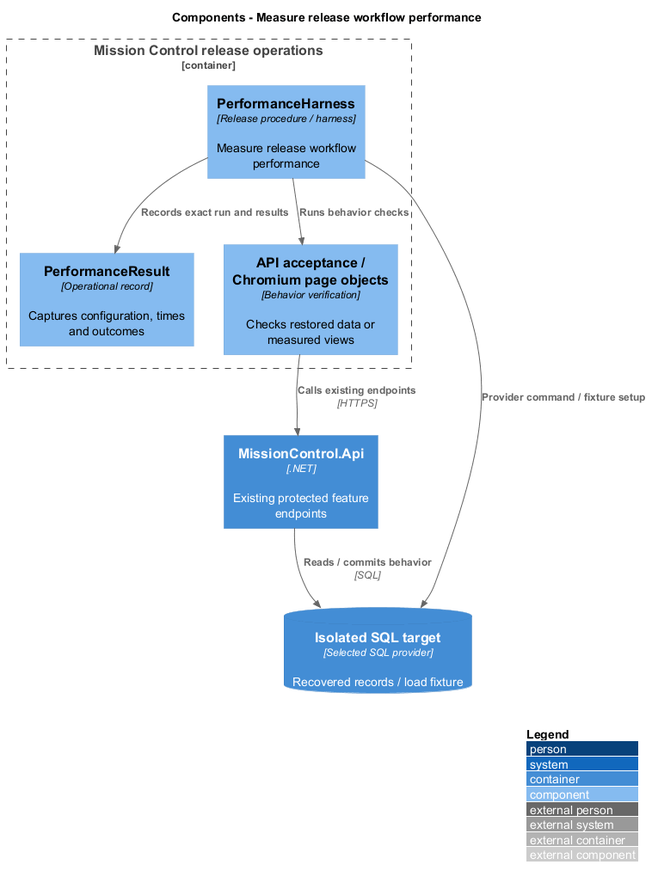
Above: docs/detailed-designs/operations/measure-release-performance/diagrams/c4-component.png in QuinntyneBrown/mission-control (PlantUML), before the change.
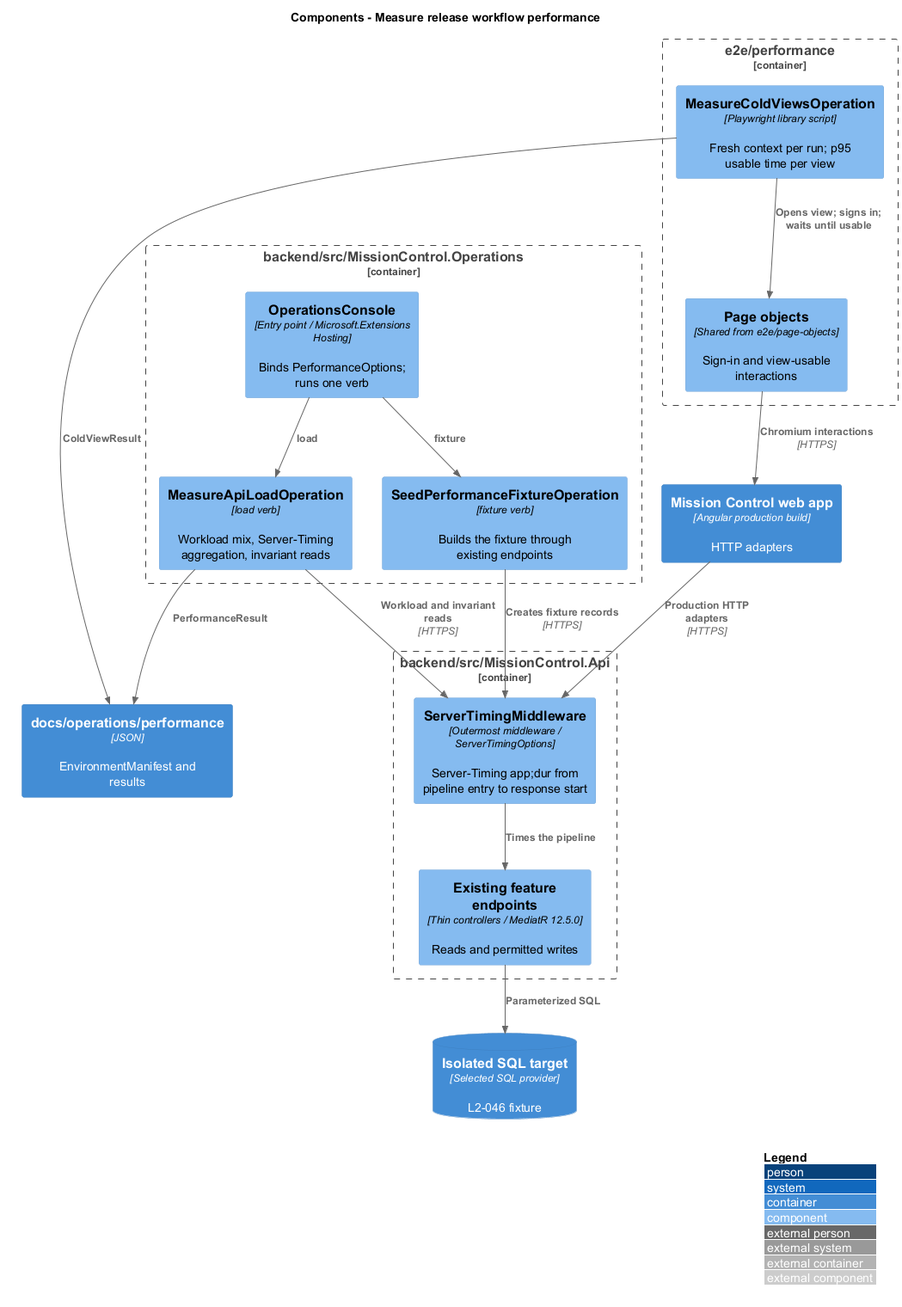
After the commit.

Change to the diagram source:
```diff
@@ -2,16 +2,31 @@
 !include <C4/C4_Component>
 LAYOUT_WITH_LEGEND()
 title Components - Measure release workflow performance
-Container_Boundary(release, "Mission Control release operations") {
-  Component(procedure, "PerformanceHarness", "Release procedure / harness", "Measure release workflow performance")
-  Component(manifest, "PerformanceResult", "Operational record", "Captures configuration, times and outcomes")
-  Component(verification, "API acceptance / Chromium page objects", "Behavior verification", "Checks restored data or measured views")
+Container_Boundary(ops, "backend/src/MissionControl.Operations") {
+  Component(console, "OperationsConsole", "Entry point / Microsoft.Extensions Hosting", "Binds PerformanceOptions; runs one verb")
+  Component(fixture, "SeedPerformanceFixtureOperation", "fixture verb", "Builds the fixture through existing endpoints")
+  Component(load, "MeasureApiLoadOperation", "load verb", "Workload mix, Server-Timing aggregation, invariant reads")
 }
-Container(api, "MissionControl.Api", ".NET", "Existing protected feature endpoints")
-ContainerDb(db, "Isolated SQL target", "Selected SQL provider", "Recovered records / load fixture")
-Rel(procedure, manifest, "Records exact run and results")
-Rel(procedure, db, "Provider command / fixture setup")
-Rel(procedure, verification, "Runs behavior checks")
-Rel(verification, api, "Calls existing endpoints", "HTTPS")
-Rel(api, db, "Reads / commits behavior", "SQL")
+Container_Boundary(e2e, "e2e/performance") {
+  Component(cold, "MeasureColdViewsOperation", "Playwright library script", "Fresh context per run; p95 usable time per view")
+  Component(po, "Page objects", "Shared from e2e/page-objects", "Sign-in and view-usable interactions")
+}
+Container_Boundary(apiBoundary, "backend/src/MissionControl.Api") {
+  Component(timing, "ServerTimingMiddleware", "Outermost middleware / ServerTimingOptions", "Server-Timing app;dur from pipeline entry to response start")
+  Component(endpoints, "Existing feature endpoints", "Thin controllers / MediatR 12.5.0", "Reads and permitted writes")
+}
+Container(web, "Mission Control web app", "Angular production build", "HTTP adapters")
+ContainerDb(db, "Isolated SQL target", "Selected SQL provider", "L2-046 fixture")
+Container(records, "docs/operations/performance", "JSON", "EnvironmentManifest and results")
+Rel(console, fixture, "fixture")
+Rel(console, load, "load")
+Rel(fixture, timing, "Creates fixture records", "HTTPS")
+Rel(load, timing, "Workload and invariant reads", "HTTPS")
+Rel(timing, endpoints, "Times the pipeline")
+Rel(endpoints, db, "Parameterized SQL")
+Rel(cold, po, "Opens view; signs in; waits until usable")
+Rel(po, web, "Chromium interactions", "HTTPS")
+Rel(web, timing, "Production HTTP adapters", "HTTPS")
+Rel(load, records, "PerformanceResult")
+Rel(cold, records, "ColdViewResult")
 @enduml
```
